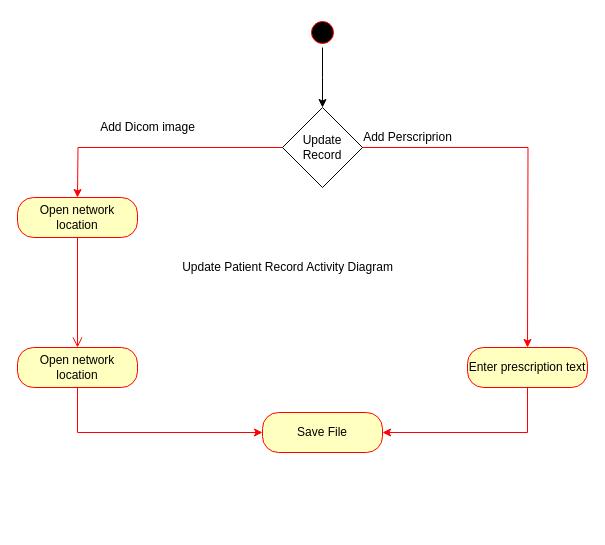
Earlier version of the draw.io diagram page "Page-2" (2 of 4) of Untitled Diagram.drawio (deburca98/Student-Report-Card). Source tidied: cells renumbered, new cells numbered last; positions are measured from the earlier drawing's top-left corner, leaving out a move shared by most shapes. Both pictures are drawn from the tidied source at 100%, with x=0, y=0 at pixel (17, 17).
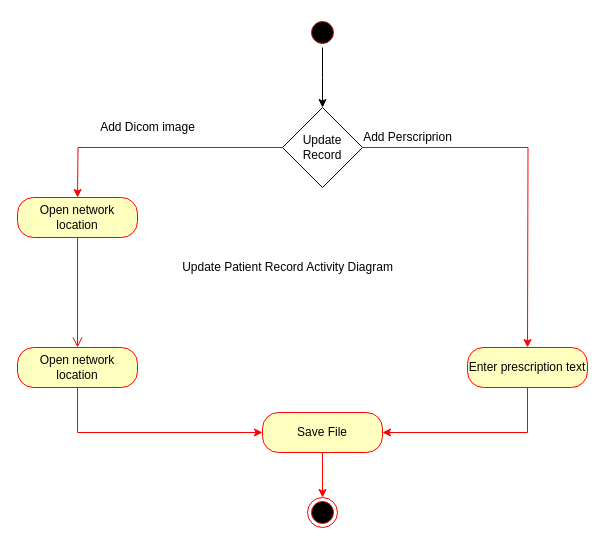
The same diagram, later.

Unchanged cells that the change refers to:
```xml
<mxCell id="15" value="Save File" style="rounded=1;whiteSpace=wrap;html=1;arcSize=40;fontColor=#000000;fillColor=#ffffc0;strokeColor=#ff0000;" parent="1" vertex="1">
  <mxGeometry x="245" y="395" width="120" height="40" as="geometry" />
</mxCell>
```

The edit, as a diff of the source:
```diff
@@
+    <mxCell id="17" style="edgeStyle=orthogonalEdgeStyle;rounded=0;jettySize=auto;html=1;exitX=0.5;exitY=1;exitDx=0;exitDy=0;strokeColor=#FF0000;" parent="1" edge="1" source="15" target="18">
+      <mxGeometry relative="1" as="geometry" />
+    </mxCell>
@@
+    <mxCell id="18" style="ellipse;html=1;shape=endState;fillColor=#000000;strokeColor=#ff0000;" parent="1" vertex="1">
+      <mxGeometry x="290" y="480" width="30" height="30" as="geometry" />
+    </mxCell>
```
